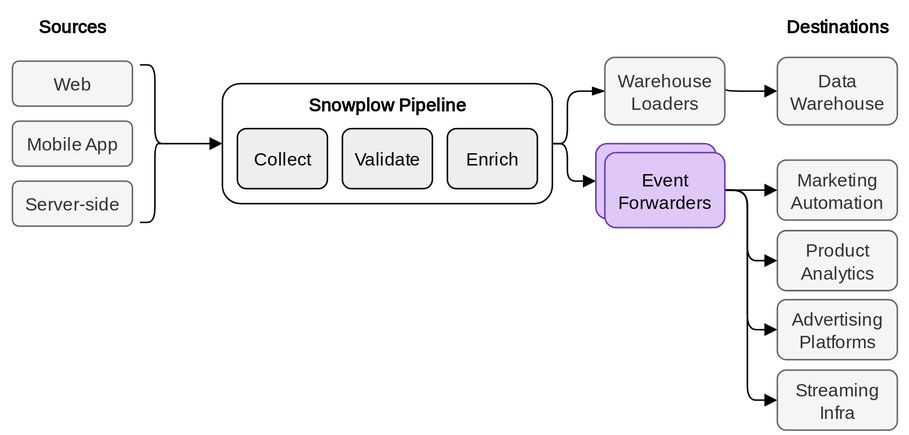
snowplow/documentation keeps this draw.io diagram as docs/destinations/forwarding-events/images/event-forwarding-diagram.drawio.svg. Above is the earlier version. Source tidied: cells renumbered, new cells last; positions are measured from the earlier drawing's top-left corner, leaving out a move shared by most shapes.
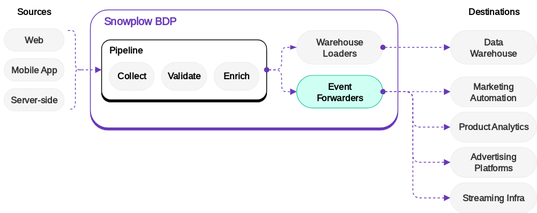
After the commit.

Commit message:
schema table updates

The edit, as a diff of the source:
```diff
@@ -2,110 +2,103 @@
   <root>
     <mxCell id="0" />
     <mxCell id="1" parent="0" />
+    <mxCell id="28" value="&lt;b&gt;Snowplow BDP&lt;/b&gt;" style="rounded=1;whiteSpace=wrap;html=1;fontFamily=Inter;fontSource=https%3A%2F%2Ffonts.googleapis.com%2Fcss%3Ffamily%3DInter;verticalAlign=top;shadow=1;shadowColor=#6738B8;shadowOpacity=100;shadowBlur=0;glass=0;shadowOffsetX=0;strokeColor=#6738B8;fontColor=#6738B8;align=left;spacingLeft=16;fontSize=14;" parent="1" vertex="1">
+      <mxGeometry x="120" y="12.5" width="410" height="157.5" as="geometry" />
+    </mxCell>
-    <mxCell id="2" value="Web" style="rounded=1;whiteSpace=wrap;html=1;fontFamily=Inter;fontSource=https%3A%2F%2Ffonts.googleapis.com%2Fcss%3Ffamily%3DInter;fillColor=#f5f5f5;fontColor=#333333;strokeColor=#666666;" parent="1" vertex="1">
+    <mxCell id="2" value="Web" style="rounded=1;whiteSpace=wrap;html=1;fontFamily=Inter;fontSource=https%3A%2F%2Ffonts.googleapis.com%2Fcss%3Ffamily%3DInter;fillColor=#F5F5F5;fontColor=#333333;strokeColor=light-dark(#eeeff2, #1e1f22);arcSize=50;fontStyle=1;" parent="1" vertex="1">
       <mxGeometry x="5" y="37.5" width="80" height="30" as="geometry" />
     </mxCell>
-    <mxCell id="3" style="edgeStyle=elbowEdgeStyle;rounded=1;jettySize=auto;html=1;exitX=1;exitY=0.5;exitDx=0;exitDy=0;entryX=0;entryY=0.5;entryDx=0;entryDy=0;curved=0;endArrow=block;endFill=1;" parent="1" edge="1" source="5" target="13">
-      <mxGeometry relative="1" as="geometry">
-        <Array as="points">
-          <mxPoint x="375" y="102.5" />
-        </Array>
-      </mxGeometry>
-    </mxCell>
-    <mxCell id="4" style="edgeStyle=elbowEdgeStyle;rounded=1;jettySize=auto;html=1;exitX=1;exitY=0.5;exitDx=0;exitDy=0;entryX=0;entryY=0.5;entryDx=0;entryDy=0;curved=0;endArrow=blockThin;endFill=1;" parent="1" edge="1" source="5" target="24">
-      <mxGeometry relative="1" as="geometry">
-        <Array as="points">
-          <mxPoint x="375" y="72.5" />
-        </Array>
-      </mxGeometry>
-    </mxCell>
-    <mxCell id="5" value="&lt;b&gt;Snowplow Pipeline&lt;/b&gt;" style="rounded=1;whiteSpace=wrap;html=1;fontFamily=Inter;fontSource=https%3A%2F%2Ffonts.googleapis.com%2Fcss%3Ffamily%3DInter;verticalAlign=top;shadow=0;shadowColor=#CCCCCC;shadowOpacity=50;shadowBlur=12;glass=0;" parent="1" vertex="1">
-      <mxGeometry x="145" y="52.5" width="220" height="80" as="geometry" />
-    </mxCell>
+    <mxCell id="29" style="edgeStyle=elbowEdgeStyle;rounded=1;jettySize=auto;html=1;exitX=1;exitY=0.5;exitDx=0;exitDy=0;entryX=0;entryY=0.5;entryDx=0;entryDy=0;curved=0;endArrow=block;endFill=1;fontStyle=1;dashed=1;strokeColor=#6738B8;startArrow=oval;startFill=1;" parent="1" edge="1" source="30" target="36">
+      <mxGeometry relative="1" as="geometry">
+        <Array as="points">
+          <mxPoint x="375" y="102.5" />
+        </Array>
+      </mxGeometry>
+    </mxCell>
+    <mxCell id="30" value="&lt;span&gt;Pipeline&lt;/span&gt;" style="rounded=1;whiteSpace=wrap;html=1;fontFamily=Inter;fontSource=https%3A%2F%2Ffonts.googleapis.com%2Fcss%3Ffamily%3DInter;verticalAlign=top;shadow=1;shadowColor=#000000;shadowOpacity=100;shadowBlur=0;glass=0;shadowOffsetX=0;fontStyle=1;align=left;spacingLeft=8;" parent="1" vertex="1">
+      <mxGeometry x="135" y="52.5" width="220" height="80" as="geometry" />
+    </mxCell>
-    <mxCell id="6" value="Collect" style="rounded=1;whiteSpace=wrap;html=1;fontFamily=Inter;fontSource=https%3A%2F%2Ffonts.googleapis.com%2Fcss%3Ffamily%3DInter;fillColor=#EEEEEE;strokeColor=default;" parent="1" vertex="1">
-      <mxGeometry x="155" y="82.5" width="60" height="40" as="geometry" />
+    <mxCell id="6" value="Collect" style="rounded=1;whiteSpace=wrap;html=1;fontFamily=Inter;fontSource=https%3A%2F%2Ffonts.googleapis.com%2Fcss%3Ffamily%3DInter;fillColor=light-dark(#F5F5F5,#1A1A1A);strokeColor=light-dark(#EFF0F3,#1E1F22);arcSize=50;fontStyle=1;" parent="1" vertex="1">
+      <mxGeometry x="145" y="82.5" width="60" height="37.5" as="geometry" />
     </mxCell>
-    <mxCell id="7" value="Validate" style="rounded=1;whiteSpace=wrap;html=1;fontFamily=Inter;fontSource=https%3A%2F%2Ffonts.googleapis.com%2Fcss%3Ffamily%3DInter;fillColor=#EEEEEE;strokeColor=default;" parent="1" vertex="1">
-      <mxGeometry x="225" y="82.5" width="60" height="40" as="geometry" />
+    <mxCell id="7" value="Validate" style="rounded=1;whiteSpace=wrap;html=1;fontFamily=Inter;fontSource=https%3A%2F%2Ffonts.googleapis.com%2Fcss%3Ffamily%3DInter;fillColor=light-dark(#F5F5F5,#1A1A1A);strokeColor=light-dark(#EFF0F3,#1E1F22);arcSize=50;fontStyle=1;" parent="1" vertex="1">
+      <mxGeometry x="215" y="82.5" width="60" height="37.5" as="geometry" />
     </mxCell>
-    <mxCell id="8" value="Enrich" style="rounded=1;whiteSpace=wrap;html=1;fontFamily=Inter;fontSource=https%3A%2F%2Ffonts.googleapis.com%2Fcss%3Ffamily%3DInter;fillColor=#EEEEEE;strokeColor=default;" parent="1" vertex="1">
-      <mxGeometry x="295" y="82.5" width="60" height="40" as="geometry" />
+    <mxCell id="8" value="Enrich" style="rounded=1;whiteSpace=wrap;html=1;fontFamily=Inter;fontSource=https%3A%2F%2Ffonts.googleapis.com%2Fcss%3Ffamily%3DInter;fillColor=light-dark(#F5F5F5,#1A1A1A);strokeColor=light-dark(#EFF0F3,#1E1F22);arcSize=50;fontStyle=1;" parent="1" vertex="1">
+      <mxGeometry x="285" y="82.5" width="60" height="37.5" as="geometry" />
     </mxCell>
-    <mxCell id="9" value="Mobile App" style="rounded=1;whiteSpace=wrap;html=1;fontFamily=Inter;fontSource=https%3A%2F%2Ffonts.googleapis.com%2Fcss%3Ffamily%3DInter;fillColor=#f5f5f5;fontColor=#333333;strokeColor=#666666;" parent="1" vertex="1">
+    <mxCell id="9" value="Mobile App" style="rounded=1;whiteSpace=wrap;html=1;fontFamily=Inter;fontSource=https%3A%2F%2Ffonts.googleapis.com%2Fcss%3Ffamily%3DInter;fillColor=#F5F5F5;fontColor=#333333;strokeColor=light-dark(#eeeff2, #1e1f22);arcSize=50;fontStyle=1;" parent="1" vertex="1">
       <mxGeometry x="5" y="77.5" width="80" height="30" as="geometry" />
     </mxCell>
-    <mxCell id="10" value="Server-side" style="rounded=1;whiteSpace=wrap;html=1;fontFamily=Inter;fontSource=https%3A%2F%2Ffonts.googleapis.com%2Fcss%3Ffamily%3DInter;fillColor=#f5f5f5;fontColor=#333333;strokeColor=#666666;" parent="1" vertex="1">
+    <mxCell id="10" value="Server-side" style="rounded=1;whiteSpace=wrap;html=1;fontFamily=Inter;fontSource=https%3A%2F%2Ffonts.googleapis.com%2Fcss%3Ffamily%3DInter;fillColor=#F5F5F5;fontColor=#333333;strokeColor=light-dark(#eeeff2, #1e1f22);arcSize=50;fontStyle=1;" parent="1" vertex="1">
       <mxGeometry x="5" y="117.5" width="80" height="30" as="geometry" />
     </mxCell>
-    <mxCell id="11" value="Sources" style="text;html=1;align=center;verticalAlign=middle;whiteSpace=wrap;rounded=0;fontFamily=Inter;fontSource=https%3A%2F%2Ffonts.googleapis.com%2Fcss%3Ffamily%3DInter;fontStyle=1;" parent="1" vertex="1">
+    <mxCell id="11" value="Sources" style="text;html=1;align=center;verticalAlign=middle;whiteSpace=wrap;rounded=1;fontFamily=Inter;fontSource=https%3A%2F%2Ffonts.googleapis.com%2Fcss%3Ffamily%3DInter;fontStyle=1;" parent="1" vertex="1">
       <mxGeometry width="90" height="30" as="geometry" />
     </mxCell>
-    <mxCell id="12" value="Marketing Automation" style="rounded=1;whiteSpace=wrap;html=1;fontFamily=Inter;fontSource=https%3A%2F%2Ffonts.googleapis.com%2Fcss%3Ffamily%3DInter;verticalAlign=middle;fillColor=#f5f5f5;fontColor=#333333;strokeColor=#666666;" parent="1" vertex="1">
-      <mxGeometry x="515" y="103.5" width="80" height="40" as="geometry" />
+    <mxCell id="12" value="Marketing Automation" style="rounded=1;whiteSpace=wrap;html=1;fontFamily=Inter;fontSource=https%3A%2F%2Ffonts.googleapis.com%2Fcss%3Ffamily%3DInter;verticalAlign=middle;fillColor=#F5F5F5;fontColor=#333333;strokeColor=light-dark(#eeeff2, #1e1f22);arcSize=50;fontStyle=1;" parent="1" vertex="1">
+      <mxGeometry x="600" y="101.8" width="115" height="40" as="geometry" />
     </mxCell>
-    <mxCell id="13" value="Event Forwarders" style="rounded=1;whiteSpace=wrap;html=1;fontFamily=Inter;fontSource=https%3A%2F%2Ffonts.googleapis.com%2Fcss%3Ffamily%3DInter;verticalAlign=middle;strokeColor=#6738B8;fillColor=#DFC7F8;" parent="1" vertex="1">
-      <mxGeometry x="394" y="92.5" width="80" height="50" as="geometry" />
-    </mxCell>
-    <mxCell id="14" value="Product Analytics" style="rounded=1;whiteSpace=wrap;html=1;fontFamily=Inter;fontSource=https%3A%2F%2Ffonts.googleapis.com%2Fcss%3Ffamily%3DInter;verticalAlign=middle;fillColor=#f5f5f5;fontColor=#333333;strokeColor=#666666;" parent="1" vertex="1">
-      <mxGeometry x="515" y="150.5" width="80" height="40" as="geometry" />
+    <mxCell id="14" value="Product Analytics" style="rounded=1;whiteSpace=wrap;html=1;fontFamily=Inter;fontSource=https%3A%2F%2Ffonts.googleapis.com%2Fcss%3Ffamily%3DInter;verticalAlign=middle;fillColor=#F5F5F5;fontColor=#333333;strokeColor=light-dark(#eeeff2, #1e1f22);arcSize=50;fontStyle=1;" parent="1" vertex="1">
+      <mxGeometry x="600" y="149" width="115" height="40" as="geometry" />
     </mxCell>
-    <mxCell id="15" value="Advertising Platforms" style="rounded=1;whiteSpace=wrap;html=1;fontFamily=Inter;fontSource=https%3A%2F%2Ffonts.googleapis.com%2Fcss%3Ffamily%3DInter;verticalAlign=middle;fillColor=#f5f5f5;fontColor=#333333;strokeColor=#666666;" parent="1" vertex="1">
-      <mxGeometry x="515" y="196.5" width="80" height="40" as="geometry" />
+    <mxCell id="15" value="Advertising Platforms" style="rounded=1;whiteSpace=wrap;html=1;fontFamily=Inter;fontSource=https%3A%2F%2Ffonts.googleapis.com%2Fcss%3Ffamily%3DInter;verticalAlign=middle;fillColor=#F5F5F5;fontColor=#333333;strokeColor=light-dark(#eeeff2, #1e1f22);arcSize=50;fontStyle=1;" parent="1" vertex="1">
+      <mxGeometry x="600" y="196" width="115" height="40" as="geometry" />
     </mxCell>
-    <mxCell id="16" style="shape=curlyBracket;whiteSpace=wrap;html=1;rounded=1;flipH=1;labelPosition=right;verticalLabelPosition=middle;align=left;verticalAlign=middle;fontFamily=Inter;fontSource=https%3A%2F%2Ffonts.googleapis.com%2Fcss%3Ffamily%3DInter;" parent="1" vertex="1">
-      <mxGeometry x="90" y="40" width="20" height="105" as="geometry" />
-    </mxCell>
-    <mxCell id="17" style="endArrow=block;html=1;rounded=0;exitX=0.1;exitY=0.5;exitDx=0;exitDy=0;exitPerimeter=0;entryX=0;entryY=0.5;entryDx=0;entryDy=0;fontFamily=Inter;fontSource=https%3A%2F%2Ffonts.googleapis.com%2Fcss%3Ffamily%3DInter;endFill=1;endSize=6;targetPerimeterSpacing=0;" parent="1" edge="1" source="16" target="5">
-      <mxGeometry relative="1" as="geometry" />
-    </mxCell>
-    <mxCell id="18" style="edgeStyle=elbowEdgeStyle;rounded=1;jettySize=auto;html=1;exitX=1;exitY=0.5;exitDx=0;exitDy=0;entryX=0;entryY=0.5;entryDx=0;entryDy=0;curved=0;endArrow=block;endFill=1;" parent="1" edge="1" target="12">
-      <mxGeometry relative="1" as="geometry">
-        <mxPoint x="445" y="123.5" as="sourcePoint" />
-      </mxGeometry>
-    </mxCell>
-    <mxCell id="19" style="edgeStyle=elbowEdgeStyle;rounded=1;jettySize=auto;html=1;exitX=1;exitY=0.5;exitDx=0;exitDy=0;entryX=0;entryY=0.5;entryDx=0;entryDy=0;curved=0;endArrow=block;endFill=1;" parent="1" edge="1" target="14">
-      <mxGeometry relative="1" as="geometry">
-        <mxPoint x="460" y="123.5" as="sourcePoint" />
-        <Array as="points">
-          <mxPoint x="495" y="142.5" />
-        </Array>
-      </mxGeometry>
-    </mxCell>
-    <mxCell id="20" style="edgeStyle=elbowEdgeStyle;rounded=1;jettySize=auto;html=1;exitX=1;exitY=0.5;exitDx=0;exitDy=0;entryX=0;entryY=0.5;entryDx=0;entryDy=0;curved=0;endArrow=block;endFill=1;" parent="1" edge="1" target="15">
-      <mxGeometry relative="1" as="geometry">
-        <mxPoint x="460" y="123.5" as="sourcePoint" />
-        <Array as="points">
-          <mxPoint x="495" y="162.5" />
-        </Array>
-      </mxGeometry>
-    </mxCell>
-    <mxCell id="21" style="edgeStyle=elbowEdgeStyle;rounded=1;jettySize=auto;html=1;exitX=1;exitY=0.5;exitDx=0;exitDy=0;entryX=0;entryY=0.5;entryDx=0;entryDy=0;curved=0;endArrow=block;endFill=1;" parent="1" edge="1" target="27">
-      <mxGeometry relative="1" as="geometry">
-        <mxPoint x="445" y="123.5" as="sourcePoint" />
-        <Array as="points">
-          <mxPoint x="495" y="192.5" />
-        </Array>
-      </mxGeometry>
-    </mxCell>
-    <mxCell id="22" value="Event Forwarders" style="rounded=1;whiteSpace=wrap;html=1;fontFamily=Inter;fontSource=https%3A%2F%2Ffonts.googleapis.com%2Fcss%3Ffamily%3DInter;verticalAlign=middle;strokeColor=#6738B8;fillColor=#DFC7F8;" parent="1" vertex="1">
-      <mxGeometry x="400" y="98.5" width="80" height="50" as="geometry" />
-    </mxCell>
-    <mxCell id="23" style="edgeStyle=elbowEdgeStyle;rounded=1;jettySize=auto;html=1;exitX=1;exitY=0.5;exitDx=0;exitDy=0;entryX=0;entryY=0.5;entryDx=0;entryDy=0;curved=0;endArrow=block;endFill=1;" parent="1" edge="1" target="25">
-      <mxGeometry relative="1" as="geometry">
-        <mxPoint x="445" y="52.5" as="sourcePoint" />
-      </mxGeometry>
-    </mxCell>
+    <mxCell id="31" style="shape=curlyBracket;whiteSpace=wrap;html=1;rounded=1;flipH=1;labelPosition=right;verticalLabelPosition=middle;align=left;verticalAlign=middle;fontFamily=Inter;fontSource=https%3A%2F%2Ffonts.googleapis.com%2Fcss%3Ffamily%3DInter;fontStyle=1;dashed=1;strokeColor=#6738B8;" parent="1" vertex="1">
+      <mxGeometry x="90" y="40" width="20" height="105" as="geometry" />
+    </mxCell>
+    <mxCell id="32" style="endArrow=block;html=1;rounded=1;exitX=0.1;exitY=0.5;exitDx=0;exitDy=0;exitPerimeter=0;entryX=0;entryY=0.5;entryDx=0;entryDy=0;fontFamily=Inter;fontSource=https%3A%2F%2Ffonts.googleapis.com%2Fcss%3Ffamily%3DInter;endFill=1;endSize=6;targetPerimeterSpacing=0;fontStyle=1;dashed=1;strokeColor=#6738B8;startArrow=none;startFill=0;" parent="1" edge="1" source="31" target="30">
+      <mxGeometry relative="1" as="geometry" />
+    </mxCell>
+    <mxCell id="33" style="edgeStyle=elbowEdgeStyle;rounded=1;jettySize=auto;html=1;exitX=1;exitY=0.5;exitDx=0;exitDy=0;entryX=0;entryY=0.5;entryDx=0;entryDy=0;curved=0;endArrow=block;endFill=1;fontStyle=1;strokeColor=#6738B8;dashed=1;startArrow=oval;startFill=1;" parent="1" edge="1" source="36" target="12">
+      <mxGeometry relative="1" as="geometry" />
+    </mxCell>
+    <mxCell id="34" style="edgeStyle=elbowEdgeStyle;rounded=1;jettySize=auto;html=1;exitX=1;exitY=0.5;exitDx=0;exitDy=0;entryX=0;entryY=0.5;entryDx=0;entryDy=0;curved=0;endArrow=block;endFill=1;fontStyle=1;strokeColor=#6738B8;dashed=1;startArrow=oval;startFill=1;" parent="1" edge="1" source="36" target="14">
+      <mxGeometry relative="1" as="geometry">
+        <Array as="points">
+          <mxPoint x="550" y="150" />
+        </Array>
+      </mxGeometry>
+    </mxCell>
+    <mxCell id="35" style="edgeStyle=elbowEdgeStyle;rounded=1;jettySize=auto;html=1;exitX=1;exitY=0.5;exitDx=0;exitDy=0;entryX=0;entryY=0.5;entryDx=0;entryDy=0;curved=0;endArrow=block;endFill=1;fontStyle=1;strokeColor=#6738B8;dashed=1;startArrow=oval;startFill=1;" parent="1" edge="1" source="36" target="15">
+      <mxGeometry relative="1" as="geometry">
+        <Array as="points">
+          <mxPoint x="550" y="170" />
+        </Array>
+      </mxGeometry>
+    </mxCell>
+    <mxCell id="36" value="Event &lt;br&gt;Forwarders" style="rounded=1;whiteSpace=wrap;html=1;fontFamily=Inter;fontSource=https%3A%2F%2Ffonts.googleapis.com%2Fcss%3Ffamily%3DInter;verticalAlign=middle;strokeColor=#34CAA6;fillColor=#CFFFF3;arcSize=50;fontStyle=1;shadow=0;" parent="1" vertex="1">
+      <mxGeometry x="395" y="100" width="115" height="43.5" as="geometry" />
+    </mxCell>
-    <mxCell id="24" value="Warehouse Loaders" style="rounded=1;whiteSpace=wrap;html=1;fontFamily=Inter;fontSource=https%3A%2F%2Ffonts.googleapis.com%2Fcss%3Ffamily%3DInter;verticalAlign=middle;strokeColor=#666666;fillColor=#f5f5f5;fontColor=#333333;" parent="1" vertex="1">
-      <mxGeometry x="400" y="35" width="80" height="45" as="geometry" />
+    <mxCell id="24" value="Warehouse &lt;br&gt;Loaders" style="rounded=1;whiteSpace=wrap;html=1;fontFamily=Inter;fontSource=https%3A%2F%2Ffonts.googleapis.com%2Fcss%3Ffamily%3DInter;verticalAlign=middle;strokeColor=light-dark(#eeeff2, #1e1f22);fillColor=#F5F5F5;fontColor=#333333;arcSize=50;fontStyle=1;" parent="1" vertex="1">
+      <mxGeometry x="395" y="40" width="115" height="45" as="geometry" />
     </mxCell>
-    <mxCell id="25" value="Data&lt;div&gt;Warehouse&lt;/div&gt;" style="rounded=1;whiteSpace=wrap;html=1;fontFamily=Inter;fontSource=https%3A%2F%2Ffonts.googleapis.com%2Fcss%3Ffamily%3DInter;verticalAlign=middle;fillColor=#f5f5f5;fontColor=#333333;strokeColor=#666666;" parent="1" vertex="1">
-      <mxGeometry x="515" y="35" width="80" height="45" as="geometry" />
+    <mxCell id="25" value="Data&lt;div&gt;Warehouse&lt;/div&gt;" style="rounded=1;whiteSpace=wrap;html=1;fontFamily=Inter;fontSource=https%3A%2F%2Ffonts.googleapis.com%2Fcss%3Ffamily%3DInter;verticalAlign=middle;fillColor=#F5F5F5;fontColor=#333333;strokeColor=light-dark(#eeeff2, #1e1f22);arcSize=50;fontStyle=1;" parent="1" vertex="1">
+      <mxGeometry x="600" y="40" width="115" height="45" as="geometry" />
     </mxCell>
-    <mxCell id="26" value="&lt;b&gt;Destinations&lt;/b&gt;" style="text;html=1;align=center;verticalAlign=middle;whiteSpace=wrap;rounded=0;fontFamily=Inter;fontSource=https%3A%2F%2Ffonts.googleapis.com%2Fcss%3Ffamily%3DInter;" parent="1" vertex="1">
-      <mxGeometry x="510" width="90" height="30" as="geometry" />
+    <mxCell id="26" value="&lt;b&gt;Destinations&lt;/b&gt;" style="text;html=1;align=center;verticalAlign=middle;whiteSpace=wrap;rounded=1;fontFamily=Inter;fontSource=https%3A%2F%2Ffonts.googleapis.com%2Fcss%3Ffamily%3DInter;" parent="1" vertex="1">
+      <mxGeometry x="612.5" width="90" height="30" as="geometry" />
     </mxCell>
-    <mxCell id="27" value="Streaming Infra" style="rounded=1;whiteSpace=wrap;html=1;fontFamily=Inter;fontSource=https%3A%2F%2Ffonts.googleapis.com%2Fcss%3Ffamily%3DInter;verticalAlign=middle;fillColor=#f5f5f5;fontColor=#333333;strokeColor=#666666;" parent="1" vertex="1">
-      <mxGeometry x="515" y="243.5" width="80" height="40" as="geometry" />
+    <mxCell id="27" value="Streaming Infra" style="rounded=1;whiteSpace=wrap;html=1;fontFamily=Inter;fontSource=https%3A%2F%2Ffonts.googleapis.com%2Fcss%3Ffamily%3DInter;verticalAlign=middle;fillColor=#F5F5F5;fontColor=#333333;strokeColor=light-dark(#eeeff2, #1e1f22);arcSize=50;fontStyle=1;" parent="1" vertex="1">
+      <mxGeometry x="600" y="243.5" width="115" height="40" as="geometry" />
     </mxCell>
+    <mxCell id="37" style="edgeStyle=elbowEdgeStyle;rounded=1;jettySize=auto;html=1;exitX=1;exitY=0.5;exitDx=0;exitDy=0;entryX=0;entryY=0.5;entryDx=0;entryDy=0;curved=0;endArrow=block;endFill=1;fontStyle=1;strokeColor=#6738B8;dashed=1;startArrow=oval;startFill=1;" parent="1" edge="1" source="24" target="25">
+      <mxGeometry relative="1" as="geometry" />
+    </mxCell>
+    <mxCell id="38" style="edgeStyle=elbowEdgeStyle;rounded=1;jettySize=auto;html=1;entryX=0;entryY=0.5;entryDx=0;entryDy=0;curved=0;endArrow=block;endFill=1;fontStyle=1;strokeColor=#6738B8;dashed=1;startArrow=oval;startFill=1;exitX=1;exitY=0.5;exitDx=0;exitDy=0;" parent="1" edge="1" source="36" target="27">
+      <mxGeometry relative="1" as="geometry">
+        <Array as="points">
+          <mxPoint x="550" y="200" />
+        </Array>
+      </mxGeometry>
+    </mxCell>
+    <mxCell id="39" style="edgeStyle=elbowEdgeStyle;rounded=1;jettySize=auto;html=1;exitX=1;exitY=0.5;exitDx=0;exitDy=0;entryX=0;entryY=0.5;entryDx=0;entryDy=0;curved=0;endArrow=blockThin;endFill=1;fontStyle=1;dashed=1;strokeColor=#6738B8;startArrow=oval;startFill=1;" parent="1" edge="1" source="30" target="24">
+      <mxGeometry relative="1" as="geometry">
+        <Array as="points">
+          <mxPoint x="375" y="72.5" />
+        </Array>
+      </mxGeometry>
+    </mxCell>
   </root>
 </mxGraphModel>
```
